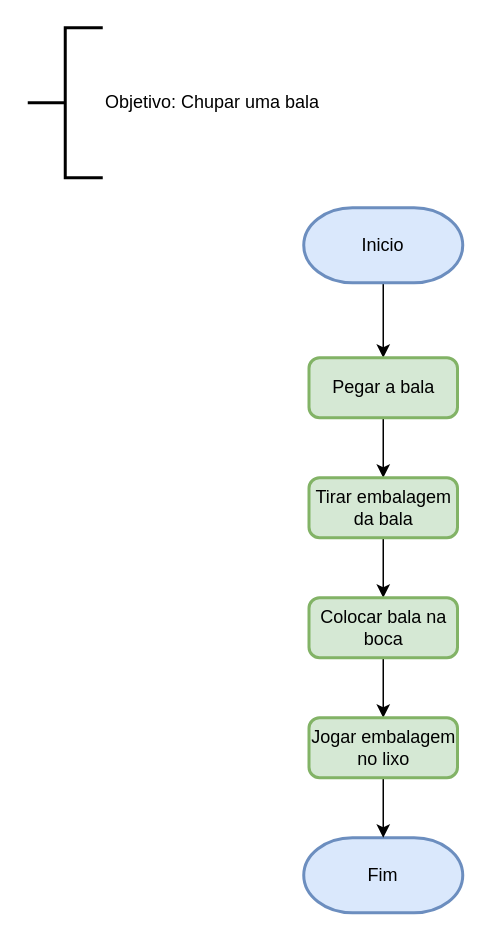
Before: Chupar uma bala.drawio in diegohfcelestino/arquitetura, a draw.io diagram. Source tidied: cells renumbered, new cells numbered last; positions are measured from the earlier drawing's top-left corner, leaving out a move shared by most shapes. Both pictures are drawn from the tidied source at 150%, with x=0, y=0 at pixel (27, 27).
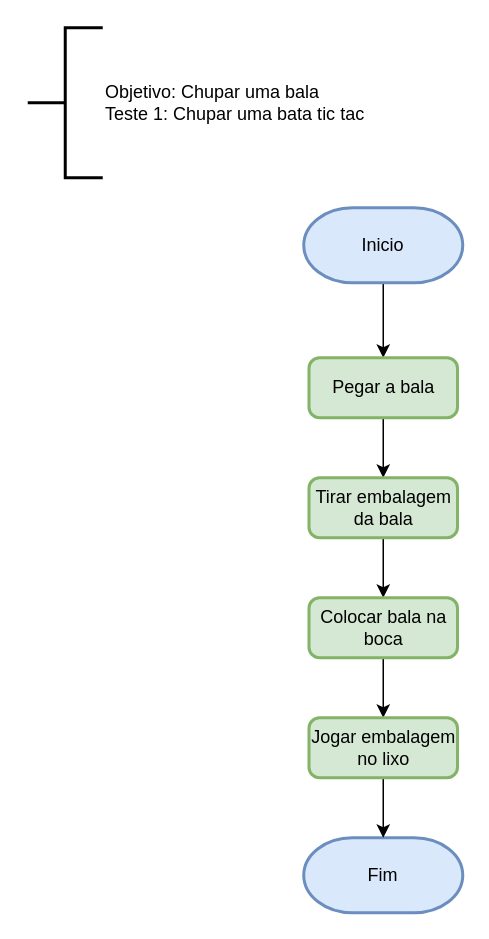
Above is the later version.

The edit, as a diff of the source:
```diff
@@
 <mxGraphModel>
   <root>
     <mxCell id="0" />
     <mxCell id="1" parent="0" />
-    <mxCell id="2" value="Objetivo: Chupar uma bala" style="strokeWidth=2;html=1;shape=mxgraph.flowchart.annotation_2;align=left;labelPosition=right;" parent="1" vertex="1">
+    <mxCell id="2" value="Objetivo: Chupar uma bala&lt;br&gt;Teste 1: Chupar uma bata tic tac" style="strokeWidth=2;html=1;shape=mxgraph.flowchart.annotation_2;align=left;labelPosition=right;" parent="1" vertex="1">
       <mxGeometry width="50" height="100" as="geometry" />
     </mxCell>
     <mxCell id="3" style="edgeStyle=orthogonalEdgeStyle;rounded=0;jettySize=auto;html=1;" parent="1" edge="1" source="4" target="7">
       <mxGeometry relative="1" as="geometry" />
     </mxCell>
     <mxCell id="4" value="Inicio" style="strokeWidth=2;html=1;shape=mxgraph.flowchart.terminator;whiteSpace=wrap;fillColor=#dae8fc;strokeColor=#6c8ebf;" parent="1" vertex="1">
       <mxGeometry x="184" y="120" width="106" height="50" as="geometry" />
     </mxCell>
     <mxCell id="5" value="Fim" style="strokeWidth=2;html=1;shape=mxgraph.flowchart.terminator;whiteSpace=wrap;fillColor=#dae8fc;strokeColor=#6c8ebf;" parent="1" vertex="1">
       <mxGeometry x="184" y="540" width="106" height="50" as="geometry" />
     </mxCell>
     <mxCell id="6" style="edgeStyle=orthogonalEdgeStyle;rounded=0;jettySize=auto;html=1;" parent="1" edge="1" source="7" target="9">
       <mxGeometry relative="1" as="geometry" />
     </mxCell>
     <mxCell id="7" value="Pegar a bala" style="rounded=1;whiteSpace=wrap;html=1;absoluteArcSize=1;arcSize=14;strokeWidth=2;fillColor=#d5e8d4;strokeColor=#82b366;" parent="1" vertex="1">
       <mxGeometry x="187.5" y="220" width="99" height="40" as="geometry" />
     </mxCell>
     <mxCell id="8" style="edgeStyle=orthogonalEdgeStyle;rounded=0;jettySize=auto;html=1;" parent="1" edge="1" source="9" target="11">
       <mxGeometry relative="1" as="geometry" />
     </mxCell>
     <mxCell id="9" value="Tirar embalagem da bala" style="rounded=1;whiteSpace=wrap;html=1;absoluteArcSize=1;arcSize=14;strokeWidth=2;fillColor=#d5e8d4;strokeColor=#82b366;" parent="1" vertex="1">
       <mxGeometry x="187.5" y="300" width="99" height="40" as="geometry" />
     </mxCell>
     <mxCell id="10" style="edgeStyle=orthogonalEdgeStyle;rounded=0;jettySize=auto;html=1;" parent="1" edge="1" source="11" target="13">
       <mxGeometry relative="1" as="geometry" />
     </mxCell>
     <mxCell id="11" value="Colocar bala na boca" style="rounded=1;whiteSpace=wrap;html=1;absoluteArcSize=1;arcSize=14;strokeWidth=2;fillColor=#d5e8d4;strokeColor=#82b366;" parent="1" vertex="1">
       <mxGeometry x="187.5" y="380" width="99" height="40" as="geometry" />
     </mxCell>
     <mxCell id="12" style="edgeStyle=orthogonalEdgeStyle;rounded=0;jettySize=auto;html=1;" parent="1" edge="1" source="13" target="5">
       <mxGeometry relative="1" as="geometry" />
     </mxCell>
     <mxCell id="13" value="Jogar embalagem no lixo" style="rounded=1;whiteSpace=wrap;html=1;absoluteArcSize=1;arcSize=14;strokeWidth=2;fillColor=#d5e8d4;strokeColor=#82b366;" parent="1" vertex="1">
       <mxGeometry x="187.5" y="460" width="99" height="40" as="geometry" />
     </mxCell>
   </root>
 </mxGraphModel>
```
